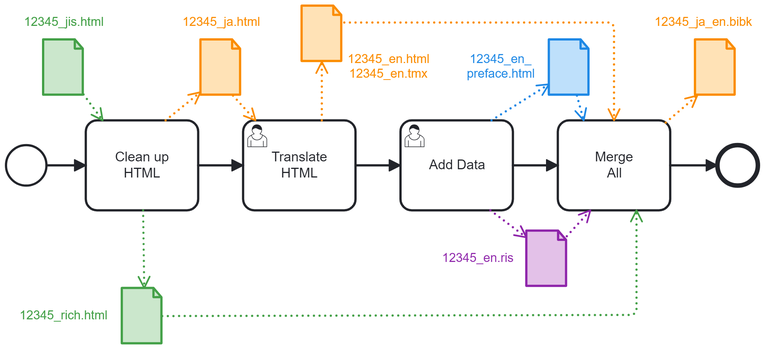
The BPMN diagram 0-InitialWorkflow.png in japotrad/blue-sora, before a commit. Its source is kept beside it as 0-InitialWorkflow.bpmn. Ids are renumbered.
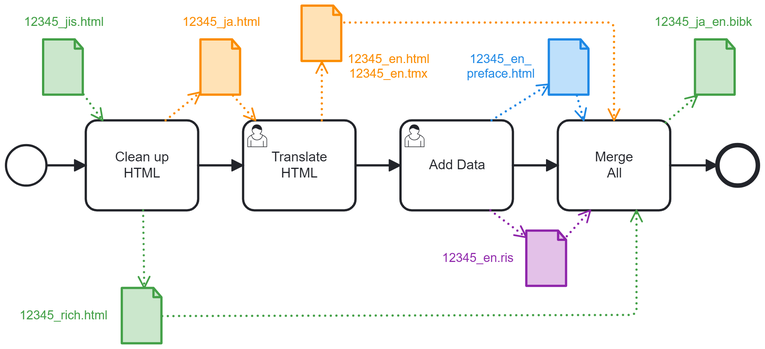
After the change.

Commit message:
Set bibk file as green

What changed in the source:
```diff
@@ -89,21 +89,27 @@
   </bpmn:process>
   <bpmndi:BPMNDiagram id="BPMNDiagram_1">
     <bpmndi:BPMNPlane id="BPMNPlane_1" bpmnElement="buildDbk">
+      <bpmndi:BPMNShape id="DataObjectReference_n2_di" bpmnElement="DataObjectReference_n2" bioc:stroke="#1e88e5" bioc:fill="#bbdefb" color:background-color="#bbdefb" color:border-color="#1e88e5">
+        <dc:Bounds x="662" y="115" width="36" height="50" />
+        <bpmndi:BPMNLabel>
+          <dc:Bounds x="589" y="126" width="61" height="27" />
+        </bpmndi:BPMNLabel>
+      </bpmndi:BPMNShape>
+      <bpmndi:BPMNShape id="DataObjectReference_n4_di" bpmnElement="DataObjectReference_n4" bioc:stroke="#fb8c00" bioc:fill="#ffe0b2" color:background-color="#ffe0b2" color:border-color="#fb8c00">
+        <dc:Bounds x="442" y="85" width="36" height="50" />
+        <bpmndi:BPMNLabel color:color="#fb8c00">
+          <dc:Bounds x="483" y="126" width="73" height="27" />
+        </bpmndi:BPMNLabel>
+      </bpmndi:BPMNShape>
       <bpmndi:BPMNShape id="DataObjectReference_n6_di" bpmnElement="DataObjectReference_n6" bioc:stroke="#8e24aa" bioc:fill="#e1bee7" color:background-color="#e1bee7" color:border-color="#8e24aa">
         <dc:Bounds x="642" y="285" width="36" height="50" />
         <bpmndi:BPMNLabel color:color="#8e24aa">
           <dc:Bounds x="567" y="303" width="65" height="14" />
         </bpmndi:BPMNLabel>
       </bpmndi:BPMNShape>
-      <bpmndi:BPMNShape id="BPMNShape_n41" bpmnElement="DataObjectReference_n14" bioc:stroke="#43a047" bioc:fill="#c8e6c9" color:background-color="#c8e6c9" color:border-color="#43a047">
-        <dc:Bounds x="282" y="336" width="36" height="50" />
-        <bpmndi:BPMNLabel>
-          <dc:Bounds x="191" y="354" width="79" height="14" />
-        </bpmndi:BPMNLabel>
-      </bpmndi:BPMNShape>
-      <bpmndi:BPMNShape id="DataObjectReference_n8_di" bpmnElement="DataObjectReference_n8" bioc:stroke="#fb8c00" bioc:fill="#ffe0b2" color:background-color="#ffe0b2" color:border-color="#fb8c00">
+      <bpmndi:BPMNShape id="DataObjectReference_n8_di" bpmnElement="DataObjectReference_n8" bioc:stroke="#43a047" bioc:fill="#c8e6c9" color:background-color="#c8e6c9" color:border-color="#43a047">
         <dc:Bounds x="792" y="115" width="36" height="50" />
-        <bpmndi:BPMNLabel>
+        <bpmndi:BPMNLabel color:color="#43a047">
           <dc:Bounds x="756" y="93" width="88" height="14" />
         </bpmndi:BPMNLabel>
       </bpmndi:BPMNShape>
@@ -118,6 +124,16 @@
         <bpmndi:BPMNLabel color:color="#43a047">
           <dc:Bounds x="195" y="93" width="71" height="14" />
         </bpmndi:BPMNLabel>
+      </bpmndi:BPMNShape>
+      <bpmndi:BPMNShape id="BPMNShape_n41" bpmnElement="DataObjectReference_n14" bioc:stroke="#43a047" bioc:fill="#c8e6c9" color:background-color="#c8e6c9" color:border-color="#43a047">
+        <dc:Bounds x="282" y="336" width="36" height="50" />
+        <bpmndi:BPMNLabel>
+          <dc:Bounds x="191" y="354" width="79" height="14" />
+        </bpmndi:BPMNLabel>
+      </bpmndi:BPMNShape>
+      <bpmndi:BPMNShape id="Activity_n16_di" bpmnElement="Activity_n16">
+        <dc:Bounds x="530" y="187" width="100" height="80" />
+        <bpmndi:BPMNLabel />
       </bpmndi:BPMNShape>
       <bpmndi:BPMNShape id="Activity_n21_di" bpmnElement="Activity_n21">
         <dc:Bounds x="250" y="187" width="100" height="80" />
@@ -136,22 +152,6 @@
       <bpmndi:BPMNShape id="Activity_n31_di" bpmnElement="Activity_n31">
         <dc:Bounds x="390" y="187" width="100" height="80" />
         <bpmndi:BPMNLabel />
-      </bpmndi:BPMNShape>
-      <bpmndi:BPMNShape id="DataObjectReference_n4_di" bpmnElement="DataObjectReference_n4" bioc:stroke="#fb8c00" bioc:fill="#ffe0b2" color:background-color="#ffe0b2" color:border-color="#fb8c00">
-        <dc:Bounds x="442" y="85" width="36" height="50" />
-        <bpmndi:BPMNLabel color:color="#fb8c00">
-          <dc:Bounds x="483" y="126" width="73" height="27" />
-        </bpmndi:BPMNLabel>
-      </bpmndi:BPMNShape>
-      <bpmndi:BPMNShape id="Activity_n16_di" bpmnElement="Activity_n16">
-        <dc:Bounds x="530" y="187" width="100" height="80" />
-        <bpmndi:BPMNLabel />
-      </bpmndi:BPMNShape>
-      <bpmndi:BPMNShape id="DataObjectReference_n2_di" bpmnElement="DataObjectReference_n2" bioc:stroke="#1e88e5" bioc:fill="#bbdefb" color:background-color="#bbdefb" color:border-color="#1e88e5">
-        <dc:Bounds x="662" y="115" width="36" height="50" />
-        <bpmndi:BPMNLabel>
-          <dc:Bounds x="589" y="126" width="61" height="27" />
-        </bpmndi:BPMNLabel>
       </bpmndi:BPMNShape>
       <bpmndi:BPMNEdge id="DataOutputAssociation_n19_di" bpmnElement="DataOutputAssociation_n19" bioc:stroke="#1e88e5" color:border-color="#1e88e5">
         <di:waypoint x="611" y="187" />
@@ -211,7 +211,7 @@
         <di:waypoint x="720" y="100" />
         <di:waypoint x="720" y="187" />
       </bpmndi:BPMNEdge>
-      <bpmndi:BPMNEdge id="DataOutputAssociation_n37_di" bpmnElement="DataOutputAssociation_n37" bioc:stroke="#fb8c00" color:border-color="#fb8c00">
+      <bpmndi:BPMNEdge id="DataOutputAssociation_n37_di" bpmnElement="DataOutputAssociation_n37" bioc:stroke="#43a047" color:border-color="#43a047">
         <di:waypoint x="766" y="189" />
         <di:waypoint x="794" y="165" />
       </bpmndi:BPMNEdge>
```
